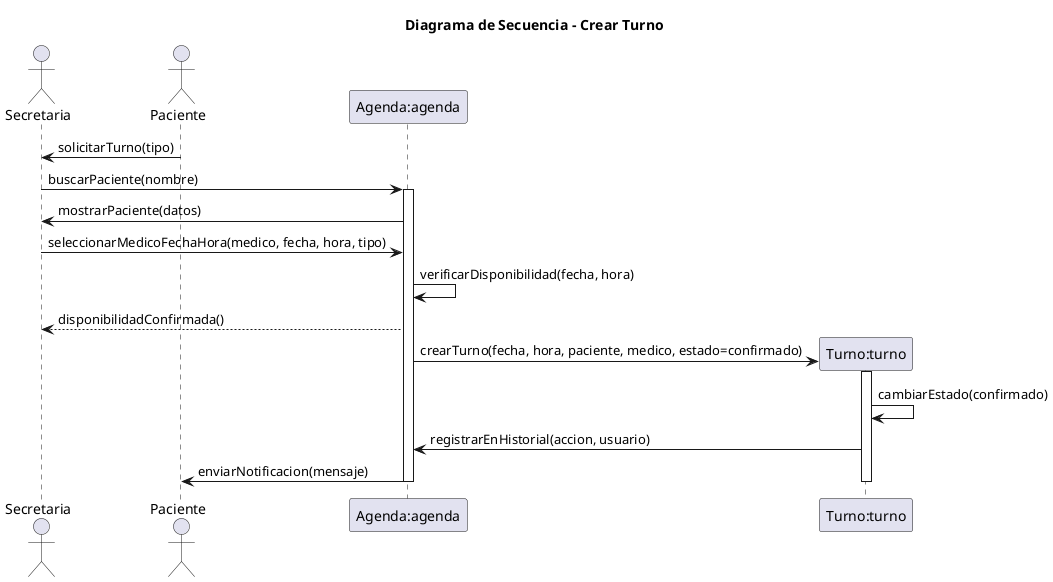
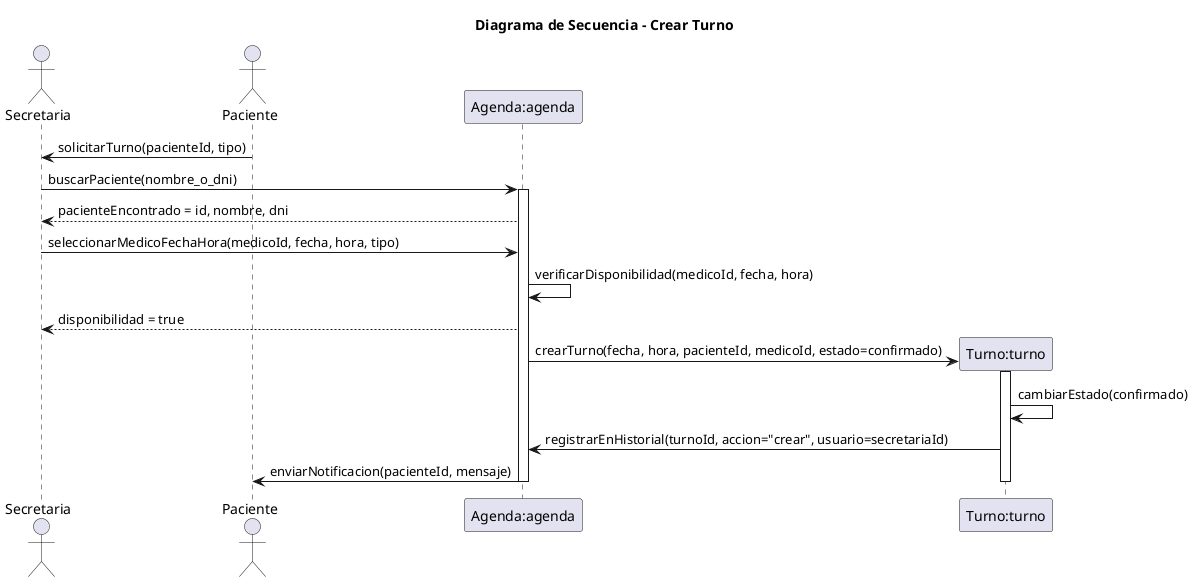
@startuml
title Diagrama de Secuencia - Crear Turno
' Nombre del escenario: Crear Turno - Flujo Principal
' Archivo: diagramas/03-escenarios-casos-de-uso/03-crear-turno-flujo-principal.md
' Objetivo: Representar la creación exitosa de un turno de control médico, involucrando secretaria, paciente y sistema, basado en responsabilidades de CRC (Secretaria gestiona turnos, Agenda registra disponibilidad, Turno asigna a paciente y médico).

actor Secretaria as victoria
actor Paciente as juan
participant "Agenda:agenda" as agenda
participant "Turno:turno" as turno

- juan -> victoria: solicitarTurno(tipo)
+ juan -> victoria: solicitarTurno(pacienteId, tipo)

- victoria -> agenda: buscarPaciente(nombre)
+ victoria -> agenda: buscarPaciente(nombre_o_dni)
activate agenda

- agenda -> victoria: mostrarPaciente(datos)
- victoria -> agenda: seleccionarMedicoFechaHora(medico, fecha, hora, tipo)
+ agenda --> victoria: pacienteEncontrado = id, nombre, dni
+ victoria -> agenda: seleccionarMedicoFechaHora(medicoId, fecha, hora, tipo)

- agenda -> agenda: verificarDisponibilidad(fecha, hora)
- agenda --> victoria: disponibilidadConfirmada()
+ agenda -> agenda: verificarDisponibilidad(medicoId, fecha, hora)
+ agenda --> victoria: disponibilidad = true

create turno
- agenda -> turno: crearTurno(fecha, hora, paciente, medico, estado=confirmado)
+ agenda -> turno: crearTurno(fecha, hora, pacienteId, medicoId, estado=confirmado)
activate turno

turno -> turno: cambiarEstado(confirmado)
- turno -> agenda: registrarEnHistorial(accion, usuario)
+ turno -> agenda: registrarEnHistorial(turnoId, accion="crear", usuario=secretariaId)

- agenda -> juan: enviarNotificacion(mensaje)
+ agenda -> juan: enviarNotificacion(pacienteId, mensaje)

deactivate turno
deactivate agenda
@enduml